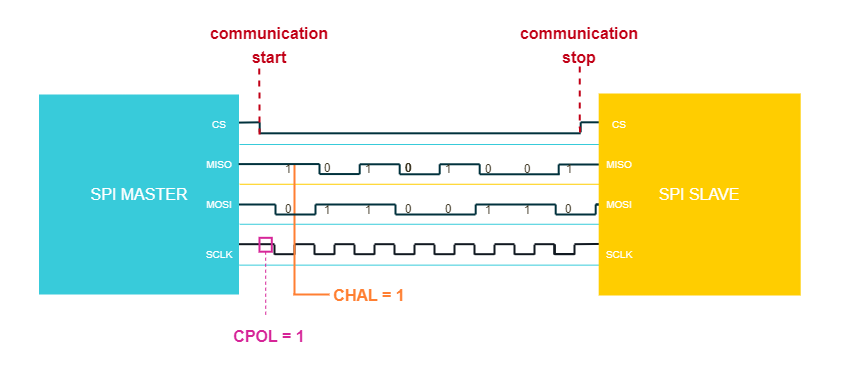
The draw.io diagram draw.io/PE Articles/General knowledge/Fundamentals/SPI 101 A Beginner's Guide To Serial Communication/Mode 3 (PE).png in PLAY-Embedded/pe_assets, before a commit. Source tidied: cells renumbered, new cells last; positions are measured from the earlier drawing's top-left corner, leaving out a move shared by most shapes.
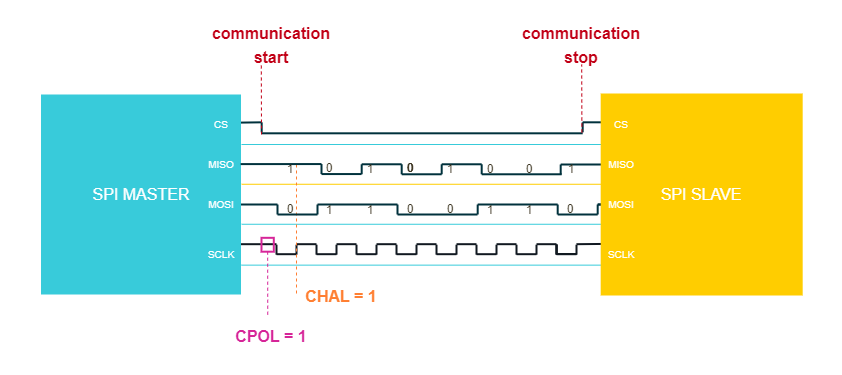
Later version of the same file.

The edit, as a diff of the source:
```diff
@@ -19,7 +19,7 @@
       </mxGeometry>
     </mxCell>
     <mxCell id="5" style="group;direction=west;flipH=1;flipV=1;" parent="1" vertex="1">
-      <mxGeometry x="234" y="202.1" width="380.2" height="38.1" as="geometry" />
+      <mxGeometry x="234" y="202.1" width="605" height="157.9" as="geometry" />
     </mxCell>
     <mxCell id="6" style="endArrow=none;html=1;strokeWidth=2;strokeColor=#101820;fontColor=none;noLabel=1;" parent="5" edge="1">
       <mxGeometry relative="1" as="geometry">
@@ -237,9 +237,12 @@
         <mxPoint x="320.1" y="37.7" as="targetPoint" />
       </mxGeometry>
     </mxCell>
-    <mxCell id="42" style="rounded=0;whiteSpace=wrap;html=1;strokeColor=#D62598;fillColor=none;gradientDirection=radial;rotation=-180;fillOpacity=90;fontColor=#FFFFFF;strokeWidth=2;" parent="5" vertex="1">
+    <mxCell id="42" style="rounded=0;whiteSpace=wrap;html=1;strokeColor=#D62598;fillColor=none;gradientDirection=radial;rotation=-180;fillOpacity=90;fontColor=#FFFFFF;strokeWidth=2;glass=1;" parent="5" vertex="1">
       <mxGeometry x="25" y="21.2" width="12.3" height="13.9" as="geometry" />
     </mxCell>
+    <mxCell id="48" style="rounded=0;whiteSpace=wrap;html=1;strokeColor=none;strokeWidth=2;fontFamily=Arial;fontSize=12;fontColor=#FFFFFF;fillColor=none;" parent="5" vertex="1">
+      <mxGeometry x="-235" y="-202.1" width="840" height="360" as="geometry" />
+    </mxCell>
     <mxCell id="43" style="endArrow=none;html=1;strokeWidth=2;strokeColor=#00313C;fillColor=#00313C;exitX=0;exitY=0.1;exitDx=0;exitDy=0;exitPerimeter=0;" parent="1" edge="1">
       <mxGeometry relative="1" as="geometry">
         <mxPoint x="599.2" y="107.8" as="sourcePoint" />
@@ -271,9 +274,6 @@
         <mxPoint x="10" y="-10" as="offset" />
       </mxGeometry>
     </mxCell>
-    <mxCell id="48" style="rounded=0;whiteSpace=wrap;html=1;strokeColor=none;strokeWidth=2;fontFamily=Arial;fontSize=12;fontColor=#FFFFFF;fillColor=none;" parent="1" vertex="1">
-      <mxGeometry x="0.1" width="840" height="360" as="geometry" />
-    </mxCell>
     <mxCell id="49" value="&lt;font style=&quot;font-size: 10px;&quot; color=&quot;#ffffff&quot;&gt;MISO&lt;/font&gt;" style="rounded=0;whiteSpace=wrap;html=1;strokeColor=none;strokeWidth=2;fillColor=none;fontColor=#8CE030;align=right;" parent="1" vertex="1">
       <mxGeometry x="199" y="160.3" width="40" height="20" as="geometry" />
     </mxCell>
@@ -322,7 +322,7 @@
         <mxPoint x="599.2" y="169.8" as="targetPoint" />
       </mxGeometry>
     </mxCell>
-    <mxCell id="61" style="endArrow=none;dashed=1;html=1;strokeWidth=2;rounded=0;strokeColor=#C10016;fontFamily=Arial;fontSize=10;fontColor=#FFFFFF;fillColor=#C10016;startArrow=none;startFill=0;entryX=0.449;entryY=1.025;entryDx=0;entryDy=0;entryPerimeter=0;" parent="1" edge="1" target="68">
+    <mxCell id="61" style="endArrow=none;dashed=1;html=1;strokeWidth=1;rounded=0;strokeColor=#C10016;fontFamily=Arial;fontSize=10;fontColor=#FFFFFF;fillColor=#C10016;startArrow=none;startFill=0;entryX=0.449;entryY=1.025;entryDx=0;entryDy=0;entryPerimeter=0;" parent="1" edge="1" target="68">
       <mxGeometry relative="1" as="geometry">
         <mxPoint x="259" y="120" as="sourcePoint" />
       </mxGeometry>
@@ -351,7 +351,7 @@
     <mxCell id="69" value="&lt;p style=&quot;line-height: 110%;&quot;&gt;&lt;font style=&quot;font-size: 16px;&quot; color=&quot;#c10016&quot;&gt;&lt;b&gt;communication&lt;br&gt;stop&lt;/b&gt;&lt;/font&gt;&lt;/p&gt;" style="rounded=0;whiteSpace=wrap;html=1;strokeColor=none;strokeWidth=2;fontFamily=Arial;fontSize=20;fontColor=#101820;fillColor=none;" parent="1" vertex="1">
       <mxGeometry x="479.2" y="10" width="200" height="40" as="geometry" />
     </mxCell>
-    <mxCell id="70" style="endArrow=none;dashed=1;html=1;strokeWidth=2;rounded=0;strokeColor=#C10016;fontFamily=Arial;fontSize=10;fontColor=#FFFFFF;fillColor=#C10016;startArrow=none;startFill=0;entryX=0.449;entryY=1.025;entryDx=0;entryDy=0;entryPerimeter=0;" parent="1" edge="1">
+    <mxCell id="70" style="endArrow=none;dashed=1;html=1;strokeWidth=1;rounded=0;strokeColor=#C10016;fontFamily=Arial;fontSize=10;fontColor=#FFFFFF;fillColor=#C10016;startArrow=none;startFill=0;entryX=0.449;entryY=1.025;entryDx=0;entryDy=0;entryPerimeter=0;" parent="1" edge="1">
       <mxGeometry x="0.43" y="-130" relative="1" as="geometry">
         <mxPoint x="579.4" y="118" as="sourcePoint" />
         <mxPoint x="579.2" y="50" as="targetPoint" />
@@ -366,16 +366,9 @@
       </mxGeometry>
     </mxCell>
     <mxCell id="73" value="&lt;b style=&quot;border-color: var(--border-color); font-size: 16px;&quot;&gt;&lt;font color=&quot;#ff7f32&quot;&gt;CHAL = 1&lt;/font&gt;&lt;/b&gt;" style="rounded=0;whiteSpace=wrap;html=1;strokeColor=none;strokeWidth=2;fontFamily=Arial;fontSize=20;fontColor=#101820;fillColor=none;" parent="1" vertex="1">
-      <mxGeometry x="329" y="258.9" width="80" height="40" as="geometry" />
+      <mxGeometry x="299" y="260" width="80" height="40" as="geometry" />
     </mxCell>
-    <mxCell id="74" style="endArrow=none;html=1;rounded=0;strokeColor=#FF7F32;strokeWidth=2;fontFamily=Arial;fontSize=20;fontColor=#C10016;fillColor=#FF7F32;" parent="1" edge="1">
-      <mxGeometry x="-1" y="45" relative="1" as="geometry">
-        <mxPoint x="293" y="280" as="sourcePoint" />
-        <mxPoint x="329" y="280" as="targetPoint" />
-        <mxPoint x="-5" y="-20" as="offset" />
-      </mxGeometry>
-    </mxCell>
-    <mxCell id="75" style="endArrow=none;html=1;rounded=0;strokeColor=#FF7F32;strokeWidth=2;fontFamily=Arial;fontSize=20;fontColor=#C10016;fillColor=#FF7F32;" parent="1" edge="1">
+    <mxCell id="75" style="endArrow=none;html=1;rounded=0;strokeColor=#FF7F32;strokeWidth=1;fontFamily=Arial;fontSize=20;fontColor=#C10016;fillColor=#FF7F32;dashed=1;" parent="1" edge="1">
       <mxGeometry x="-1" y="45" relative="1" as="geometry">
         <mxPoint x="294" y="150" as="sourcePoint" />
         <mxPoint x="294" y="280.3" as="targetPoint" />
```
